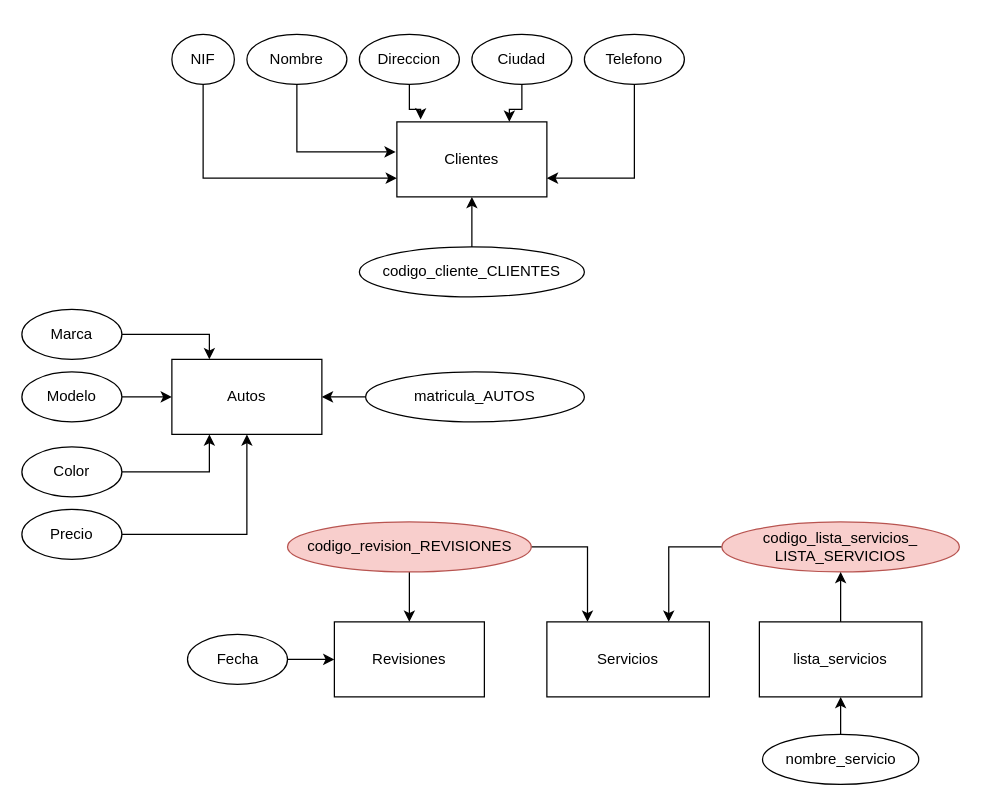
This is DBsejercicio4.drawio from MaxiFranz/TrayectoP, a draw.io file, before an edit. Source tidied: cells renumbered, new cells numbered last; positions are measured from the earlier drawing's top-left corner, leaving out a move shared by most shapes. Both pictures are drawn from the tidied source at 125%, with x=0, y=0 at pixel (21, 34).
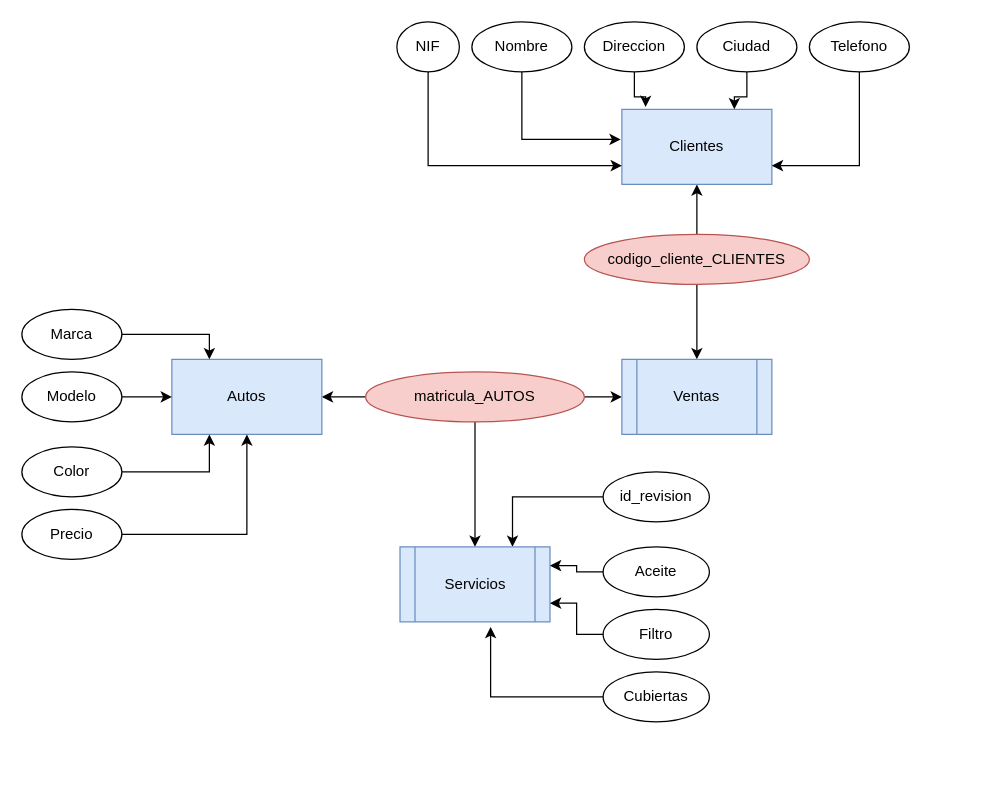
The same page after the edit.

The edit, as a diff of the source:
```diff
@@
-    <mxCell id="2" value="Revisiones" style="rounded=0;whiteSpace=wrap;html=1;" parent="1" vertex="1">
-      <mxGeometry x="250" y="470" width="120" height="60" as="geometry" />
-    </mxCell>
@@
+    <mxCell id="41" style="edgeStyle=orthogonalEdgeStyle;rounded=0;jettySize=auto;html=1;entryX=0.5;entryY=0;entryDx=0;entryDy=0;" parent="1" edge="1" source="4" target="46">
+      <mxGeometry relative="1" as="geometry" />
+    </mxCell>
-    <mxCell id="4" value="codigo_cliente_CLIENTES" style="ellipse;whiteSpace=wrap;html=1;" parent="1" vertex="1">
-      <mxGeometry x="270" y="170" width="180" height="40" as="geometry" />
+    <mxCell id="4" value="codigo_cliente_CLIENTES" style="ellipse;whiteSpace=wrap;html=1;fillColor=#f8cecc;strokeColor=#b85450;" parent="1" vertex="1">
+      <mxGeometry x="450" y="160" width="180" height="40" as="geometry" />
     </mxCell>
@@
+    <mxCell id="42" style="edgeStyle=orthogonalEdgeStyle;rounded=0;jettySize=auto;html=1;entryX=0.5;entryY=0;entryDx=0;entryDy=0;" parent="1" edge="1" source="6" target="32">
+      <mxGeometry relative="1" as="geometry" />
+    </mxCell>
+    <mxCell id="43" style="edgeStyle=orthogonalEdgeStyle;rounded=0;jettySize=auto;html=1;entryX=0;entryY=0.5;entryDx=0;entryDy=0;" parent="1" edge="1" source="6" target="46">
+      <mxGeometry relative="1" as="geometry" />
+    </mxCell>
-    <mxCell id="6" value="matricula_AUTOS" style="ellipse;whiteSpace=wrap;html=1;" parent="1" vertex="1">
+    <mxCell id="6" value="matricula_AUTOS" style="ellipse;whiteSpace=wrap;html=1;fillColor=#f8cecc;strokeColor=#b85450;" parent="1" vertex="1">
       <mxGeometry x="275" y="270" width="175" height="40" as="geometry" />
     </mxCell>
-    <mxCell id="7" style="group;" parent="1" vertex="1">
-      <mxGeometry y="220" width="240" height="240" as="geometry" />
-    </mxCell>
+    <mxCell id="44" style="group;" parent="1" vertex="1">
+      <mxGeometry y="220" width="240" height="200" as="geometry" />
+    </mxCell>
-    <mxCell id="8" value="Autos" style="rounded=0;whiteSpace=wrap;html=1;" parent="7" vertex="1">
+    <mxCell id="8" value="Autos" style="rounded=0;whiteSpace=wrap;html=1;fillColor=#dae8fc;strokeColor=#6c8ebf;" parent="44" vertex="1">
       <mxGeometry x="120" y="40" width="120" height="60" as="geometry" />
     </mxCell>
-    <mxCell id="9" style="edgeStyle=orthogonalEdgeStyle;rounded=0;jettySize=auto;html=1;entryX=0.25;entryY=0;entryDx=0;entryDy=0;" parent="7" edge="1" source="10" target="8">
+    <mxCell id="9" style="edgeStyle=orthogonalEdgeStyle;rounded=0;jettySize=auto;html=1;entryX=0.25;entryY=0;entryDx=0;entryDy=0;" parent="44" edge="1" source="10" target="8">
       <mxGeometry relative="1" as="geometry" />
     </mxCell>
-    <mxCell id="10" value="Marca" style="ellipse;whiteSpace=wrap;html=1;" parent="7" vertex="1">
+    <mxCell id="10" value="Marca" style="ellipse;whiteSpace=wrap;html=1;" parent="44" vertex="1">
       <mxGeometry width="80" height="40" as="geometry" />
     </mxCell>
-    <mxCell id="11" style="edgeStyle=orthogonalEdgeStyle;rounded=0;jettySize=auto;html=1;entryX=0;entryY=0.5;entryDx=0;entryDy=0;" parent="7" edge="1" source="12" target="8">
+    <mxCell id="11" style="edgeStyle=orthogonalEdgeStyle;rounded=0;jettySize=auto;html=1;entryX=0;entryY=0.5;entryDx=0;entryDy=0;" parent="44" edge="1" source="12" target="8">
       <mxGeometry relative="1" as="geometry" />
     </mxCell>
-    <mxCell id="12" value="Modelo" style="ellipse;whiteSpace=wrap;html=1;" parent="7" vertex="1">
+    <mxCell id="12" value="Modelo" style="ellipse;whiteSpace=wrap;html=1;" parent="44" vertex="1">
       <mxGeometry y="50" width="80" height="40" as="geometry" />
     </mxCell>
-    <mxCell id="13" style="edgeStyle=orthogonalEdgeStyle;rounded=0;jettySize=auto;html=1;entryX=0.25;entryY=1;entryDx=0;entryDy=0;" parent="7" edge="1" source="14" target="8">
+    <mxCell id="13" style="edgeStyle=orthogonalEdgeStyle;rounded=0;jettySize=auto;html=1;entryX=0.25;entryY=1;entryDx=0;entryDy=0;" parent="44" edge="1" source="14" target="8">
       <mxGeometry relative="1" as="geometry" />
     </mxCell>
-    <mxCell id="14" value="Color" style="ellipse;whiteSpace=wrap;html=1;" parent="7" vertex="1">
+    <mxCell id="14" value="Color" style="ellipse;whiteSpace=wrap;html=1;" parent="44" vertex="1">
       <mxGeometry y="110" width="80" height="40" as="geometry" />
     </mxCell>
-    <mxCell id="15" value="Precio" style="ellipse;whiteSpace=wrap;html=1;" parent="7" vertex="1">
+    <mxCell id="15" value="Precio" style="ellipse;whiteSpace=wrap;html=1;" parent="44" vertex="1">
       <mxGeometry y="160" width="80" height="40" as="geometry" />
     </mxCell>
-    <mxCell id="16" style="edgeStyle=orthogonalEdgeStyle;rounded=0;jettySize=auto;html=1;entryX=0.5;entryY=1;entryDx=0;entryDy=0;" parent="7" edge="1" source="15" target="8">
+    <mxCell id="16" style="edgeStyle=orthogonalEdgeStyle;rounded=0;jettySize=auto;html=1;entryX=0.5;entryY=1;entryDx=0;entryDy=0;" parent="44" edge="1" source="15" target="8">
       <mxGeometry relative="1" as="geometry" />
     </mxCell>
-    <mxCell id="17" style="group;" parent="1" vertex="1">
-      <mxGeometry x="120" width="410" height="130" as="geometry" />
-    </mxCell>
+    <mxCell id="45" style="group;" parent="1" vertex="1">
+      <mxGeometry x="300" y="-10" width="410" height="130" as="geometry" />
+    </mxCell>
-    <mxCell id="18" value="Clientes" style="rounded=0;whiteSpace=wrap;html=1;" parent="17" vertex="1">
+    <mxCell id="18" value="Clientes" style="rounded=0;whiteSpace=wrap;html=1;fillColor=#dae8fc;strokeColor=#6c8ebf;" parent="45" vertex="1">
       <mxGeometry x="180" y="70" width="120" height="60" as="geometry" />
     </mxCell>
-    <mxCell id="19" style="edgeStyle=orthogonalEdgeStyle;rounded=0;jettySize=auto;html=1;entryX=0;entryY=0.75;entryDx=0;entryDy=0;exitX=0.5;exitY=1;exitDx=0;exitDy=0;" parent="17" edge="1" source="20" target="18">
+    <mxCell id="19" style="edgeStyle=orthogonalEdgeStyle;rounded=0;jettySize=auto;html=1;entryX=0;entryY=0.75;entryDx=0;entryDy=0;exitX=0.5;exitY=1;exitDx=0;exitDy=0;" parent="45" edge="1" source="20" target="18">
       <mxGeometry relative="1" as="geometry" />
     </mxCell>
-    <mxCell id="20" value="NIF" style="ellipse;whiteSpace=wrap;html=1;" parent="17" vertex="1">
+    <mxCell id="20" value="NIF" style="ellipse;whiteSpace=wrap;html=1;" parent="45" vertex="1">
       <mxGeometry width="50" height="40" as="geometry" />
     </mxCell>
-    <mxCell id="21" value="Nombre" style="ellipse;whiteSpace=wrap;html=1;" parent="17" vertex="1">
+    <mxCell id="21" value="Nombre" style="ellipse;whiteSpace=wrap;html=1;" parent="45" vertex="1">
       <mxGeometry x="60" width="80" height="40" as="geometry" />
     </mxCell>
-    <mxCell id="22" value="Direccion" style="ellipse;whiteSpace=wrap;html=1;" parent="17" vertex="1">
+    <mxCell id="22" value="Direccion" style="ellipse;whiteSpace=wrap;html=1;" parent="45" vertex="1">
       <mxGeometry x="150" width="80" height="40" as="geometry" />
     </mxCell>
-    <mxCell id="23" style="edgeStyle=orthogonalEdgeStyle;rounded=0;jettySize=auto;html=1;entryX=0.75;entryY=0;entryDx=0;entryDy=0;" parent="17" edge="1" source="24" target="18">
+    <mxCell id="23" style="edgeStyle=orthogonalEdgeStyle;rounded=0;jettySize=auto;html=1;entryX=0.75;entryY=0;entryDx=0;entryDy=0;" parent="45" edge="1" source="24" target="18">
       <mxGeometry relative="1" as="geometry" />
     </mxCell>
-    <mxCell id="24" value="Ciudad" style="ellipse;whiteSpace=wrap;html=1;" parent="17" vertex="1">
+    <mxCell id="24" value="Ciudad" style="ellipse;whiteSpace=wrap;html=1;" parent="45" vertex="1">
       <mxGeometry x="240" width="80" height="40" as="geometry" />
     </mxCell>
-    <mxCell id="25" style="edgeStyle=orthogonalEdgeStyle;rounded=0;jettySize=auto;html=1;entryX=1;entryY=0.75;entryDx=0;entryDy=0;exitX=0.5;exitY=1;exitDx=0;exitDy=0;" parent="17" edge="1" source="26" target="18">
+    <mxCell id="25" style="edgeStyle=orthogonalEdgeStyle;rounded=0;jettySize=auto;html=1;entryX=1;entryY=0.75;entryDx=0;entryDy=0;exitX=0.5;exitY=1;exitDx=0;exitDy=0;" parent="45" edge="1" source="26" target="18">
       <mxGeometry relative="1" as="geometry" />
     </mxCell>
-    <mxCell id="26" value="Telefono" style="ellipse;whiteSpace=wrap;html=1;" parent="17" vertex="1">
+    <mxCell id="26" value="Telefono" style="ellipse;whiteSpace=wrap;html=1;" parent="45" vertex="1">
       <mxGeometry x="330" width="80" height="40" as="geometry" />
     </mxCell>
-    <mxCell id="27" style="edgeStyle=orthogonalEdgeStyle;rounded=0;jettySize=auto;html=1;entryX=-0.008;entryY=0.4;entryDx=0;entryDy=0;entryPerimeter=0;exitX=0.5;exitY=1;exitDx=0;exitDy=0;" parent="17" edge="1" source="21" target="18">
+    <mxCell id="27" style="edgeStyle=orthogonalEdgeStyle;rounded=0;jettySize=auto;html=1;entryX=-0.008;entryY=0.4;entryDx=0;entryDy=0;entryPerimeter=0;exitX=0.5;exitY=1;exitDx=0;exitDy=0;" parent="45" edge="1" source="21" target="18">
       <mxGeometry relative="1" as="geometry" />
     </mxCell>
-    <mxCell id="28" style="edgeStyle=orthogonalEdgeStyle;rounded=0;jettySize=auto;html=1;entryX=0.158;entryY=-0.033;entryDx=0;entryDy=0;entryPerimeter=0;" parent="17" edge="1" source="22" target="18">
+    <mxCell id="28" style="edgeStyle=orthogonalEdgeStyle;rounded=0;jettySize=auto;html=1;entryX=0.158;entryY=-0.033;entryDx=0;entryDy=0;entryPerimeter=0;" parent="45" edge="1" source="22" target="18">
       <mxGeometry relative="1" as="geometry" />
     </mxCell>
-    <mxCell id="29" style="edgeStyle=orthogonalEdgeStyle;rounded=0;jettySize=auto;html=1;entryX=0.5;entryY=0;entryDx=0;entryDy=0;" parent="1" edge="1" source="31" target="2">
-      <mxGeometry relative="1" as="geometry" />
-    </mxCell>
+    <mxCell id="46" value="Ventas" style="shape=process;whiteSpace=wrap;html=1;backgroundOutline=1;fillColor=#dae8fc;strokeColor=#6c8ebf;" parent="1" vertex="1">
+      <mxGeometry x="480" y="260" width="120" height="60" as="geometry" />
+    </mxCell>
-    <mxCell id="30" style="edgeStyle=orthogonalEdgeStyle;rounded=0;jettySize=auto;html=1;entryX=0.25;entryY=0;entryDx=0;entryDy=0;" parent="1" edge="1" source="31" target="32">
+    <mxCell id="30" style="edgeStyle=orthogonalEdgeStyle;rounded=0;jettySize=auto;html=1;entryX=0.75;entryY=0;entryDx=0;entryDy=0;" parent="1" edge="1" source="31" target="32">
       <mxGeometry relative="1" as="geometry" />
     </mxCell>
-    <mxCell id="31" value="codigo_revision_REVISIONES" style="ellipse;whiteSpace=wrap;html=1;fillColor=#f8cecc;strokeColor=#b85450;" parent="1" vertex="1">
-      <mxGeometry x="212.5" y="390" width="195" height="40" as="geometry" />
+    <mxCell id="31" value="id_revision" style="ellipse;whiteSpace=wrap;html=1;" parent="1" vertex="1">
+      <mxGeometry x="465" y="350" width="85" height="40" as="geometry" />
     </mxCell>
-    <mxCell id="32" value="Servicios" style="rounded=0;whiteSpace=wrap;html=1;" parent="1" vertex="1">
-      <mxGeometry x="420" y="470" width="130" height="60" as="geometry" />
+    <mxCell id="32" value="Servicios" style="shape=process;whiteSpace=wrap;html=1;backgroundOutline=1;fillColor=#dae8fc;strokeColor=#6c8ebf;" parent="1" vertex="1">
+      <mxGeometry x="302.5" y="410" width="120" height="60" as="geometry" />
     </mxCell>
-    <mxCell id="33" style="edgeStyle=orthogonalEdgeStyle;rounded=0;jettySize=auto;html=1;entryX=0.75;entryY=0;entryDx=0;entryDy=0;" parent="1" edge="1" source="34" target="32">
-      <mxGeometry relative="1" as="geometry" />
-    </mxCell>
-    <mxCell id="34" value="codigo_lista_servicios_ LISTA_SERVICIOS" style="ellipse;whiteSpace=wrap;html=1;fillColor=#f8cecc;strokeColor=#b85450;" parent="1" vertex="1">
-      <mxGeometry x="560" y="390" width="190" height="40" as="geometry" />
-    </mxCell>
-    <mxCell id="35" style="edgeStyle=orthogonalEdgeStyle;rounded=0;jettySize=auto;html=1;entryX=0;entryY=0.5;entryDx=0;entryDy=0;" parent="1" edge="1" source="36" target="2">
-      <mxGeometry relative="1" as="geometry" />
-    </mxCell>
-    <mxCell id="36" value="Fecha" style="ellipse;whiteSpace=wrap;html=1;" parent="1" vertex="1">
-      <mxGeometry x="132.5" y="480" width="80" height="40" as="geometry" />
-    </mxCell>
-    <mxCell id="37" style="edgeStyle=orthogonalEdgeStyle;rounded=0;jettySize=auto;html=1;entryX=0.5;entryY=1;entryDx=0;entryDy=0;" parent="1" edge="1" source="38" target="34">
-      <mxGeometry relative="1" as="geometry" />
-    </mxCell>
-    <mxCell id="38" value="lista_servicios" style="rounded=0;whiteSpace=wrap;html=1;" parent="1" vertex="1">
-      <mxGeometry x="590" y="470" width="130" height="60" as="geometry" />
-    </mxCell>
-    <mxCell id="39" style="edgeStyle=orthogonalEdgeStyle;rounded=0;jettySize=auto;html=1;entryX=0.5;entryY=1;entryDx=0;entryDy=0;" parent="1" edge="1" source="40" target="38">
-      <mxGeometry relative="1" as="geometry" />
-    </mxCell>
+    <mxCell id="47" style="edgeStyle=orthogonalEdgeStyle;rounded=0;jettySize=auto;html=1;entryX=1;entryY=0.75;entryDx=0;entryDy=0;" parent="1" edge="1" source="40" target="32">
+      <mxGeometry relative="1" as="geometry" />
+    </mxCell>
-    <mxCell id="40" value="nombre_servicio" style="ellipse;whiteSpace=wrap;html=1;" parent="1" vertex="1">
-      <mxGeometry x="592.5" y="560" width="125" height="40" as="geometry" />
+    <mxCell id="40" value="Filtro" style="ellipse;whiteSpace=wrap;html=1;" parent="1" vertex="1">
+      <mxGeometry x="465" y="460" width="85" height="40" as="geometry" />
     </mxCell>
+    <mxCell id="48" style="edgeStyle=orthogonalEdgeStyle;rounded=0;jettySize=auto;html=1;entryX=1;entryY=0.25;entryDx=0;entryDy=0;" parent="1" edge="1" source="49" target="32">
+      <mxGeometry relative="1" as="geometry" />
+    </mxCell>
+    <mxCell id="49" value="Aceite" style="ellipse;whiteSpace=wrap;html=1;" parent="1" vertex="1">
+      <mxGeometry x="465" y="410" width="85" height="40" as="geometry" />
+    </mxCell>
+    <mxCell id="50" value="Cubiertas" style="ellipse;whiteSpace=wrap;html=1;" parent="1" vertex="1">
+      <mxGeometry x="465" y="510" width="85" height="40" as="geometry" />
+    </mxCell>
+    <mxCell id="51" style="edgeStyle=orthogonalEdgeStyle;rounded=0;jettySize=auto;html=1;entryX=0.604;entryY=1.067;entryDx=0;entryDy=0;entryPerimeter=0;" parent="1" edge="1" source="50" target="32">
+      <mxGeometry relative="1" as="geometry" />
+    </mxCell>
```
